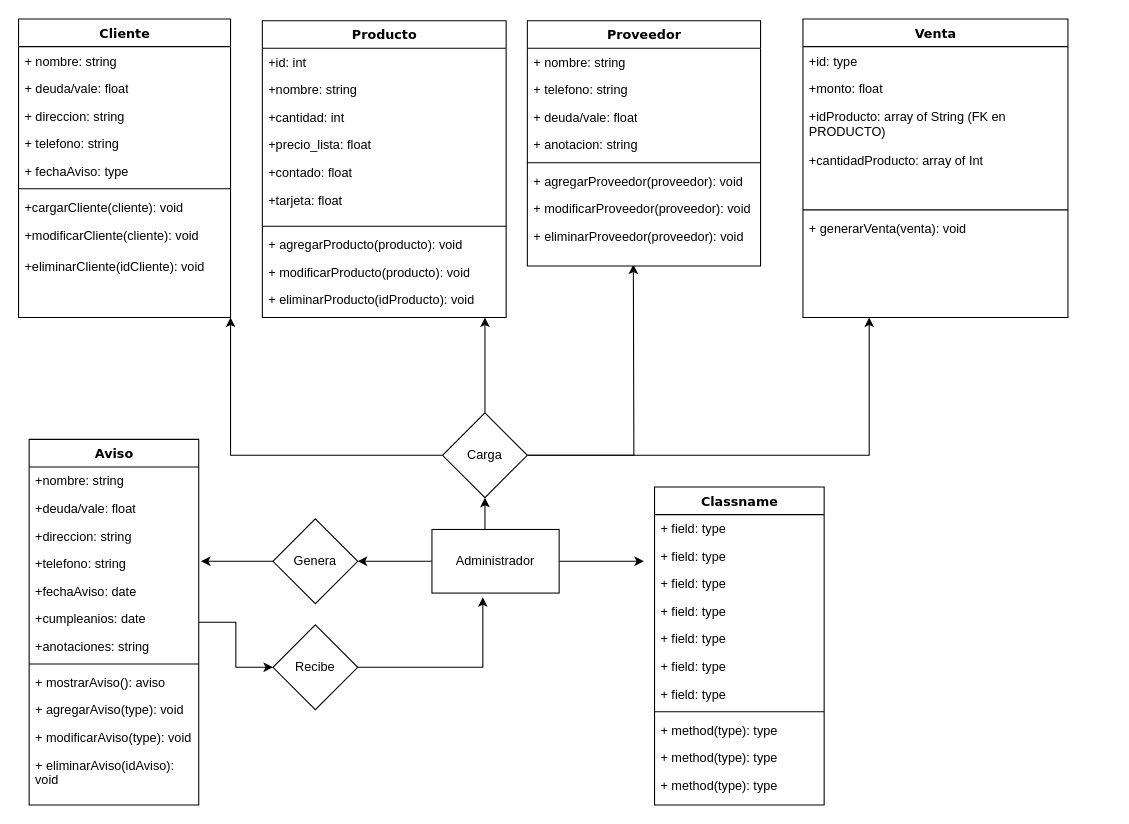
This is public/Untitled Diagram.drawio from LucasAleDeveloper/Personal-Finance-Project, a draw.io file, before an edit. Source tidied: cells renumbered, new cells numbered last; positions are measured from the earlier drawing's top-left corner, leaving out a move shared by most shapes. Both pictures are drawn from the tidied source at 106%, with x=0, y=0 at pixel (18, 18).
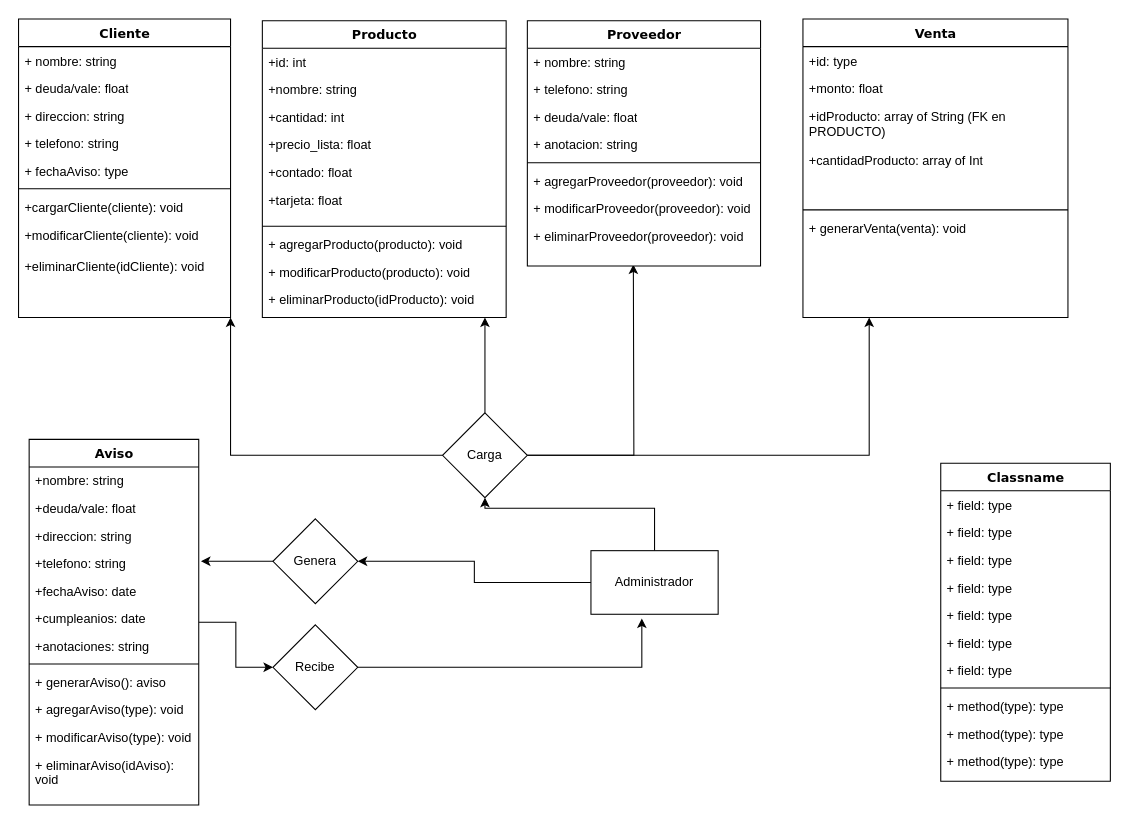
The same diagram, later.

The change refers to these unchanged cells:
```xml
<mxCell id="50" value="Carga" style="rhombus;whiteSpace=wrap;html=1;" parent="1" vertex="1">
  <mxGeometry x="400" y="372" width="80" height="80" as="geometry" />
</mxCell>
<mxCell id="52" value="Aviso" style="swimlane;html=1;fontStyle=1;align=center;verticalAlign=top;horizontal=1;startSize=26;swimlaneFillColor=#ffffff;rounded=0;shadow=0;comic=0;labelBackgroundColor=none;strokeWidth=1;fillColor=none;fontFamily=Verdana;fontSize=12;" parent="1" vertex="1">
  <mxGeometry x="10" y="397" width="160" height="345" as="geometry" />
</mxCell>
<mxCell id="75" value="Genera" style="rhombus;whiteSpace=wrap;html=1;" parent="1" vertex="1">
  <mxGeometry x="240" y="472" width="80" height="80" as="geometry" />
</mxCell>
```

Change to the diagram source:
```diff
@@
     <mxCell id="30" value="Classname" style="swimlane;html=1;fontStyle=1;align=center;verticalAlign=top;horizontal=1;startSize=26;swimlaneFillColor=#ffffff;rounded=0;shadow=0;comic=0;labelBackgroundColor=none;strokeWidth=1;fillColor=none;fontFamily=Verdana;fontSize=12;" parent="1" vertex="1">
-      <mxGeometry x="600" y="442" width="160" height="300" as="geometry" />
+      <mxGeometry x="870" y="419.5" width="160" height="300" as="geometry" />
     </mxCell>
@@
     <mxCell id="42" style="edgeStyle=orthogonalEdgeStyle;rounded=0;jettySize=auto;html=1;" parent="1" edge="1" source="45" target="50">
       <mxGeometry relative="1" as="geometry">
         <Array as="points">
-          <mxPoint x="440" y="462" />
+          <mxPoint x="600" y="462" />
           <mxPoint x="440" y="462" />
         </Array>
       </mxGeometry>
     </mxCell>
-    <mxCell id="43" style="edgeStyle=orthogonalEdgeStyle;rounded=0;jettySize=auto;html=1;" parent="1" edge="1" source="45" target="75">
+    <mxCell id="43" style="edgeStyle=orthogonalEdgeStyle;rounded=0;jettySize=auto;html=1;entryX=1;entryY=0.5;entryDx=0;entryDy=0;" parent="1" edge="1" source="45" target="75">
       <mxGeometry relative="1" as="geometry" />
     </mxCell>
-    <mxCell id="44" style="edgeStyle=orthogonalEdgeStyle;rounded=0;jettySize=auto;html=1;" parent="1" edge="1" source="45">
-      <mxGeometry relative="1" as="geometry">
-        <mxPoint x="590" y="512" as="targetPoint" />
-      </mxGeometry>
-    </mxCell>
     <mxCell id="45" value="Administrador" style="rounded=0;whiteSpace=wrap;html=1;" parent="1" vertex="1">
-      <mxGeometry x="390" y="482" width="120" height="60" as="geometry" />
+      <mxGeometry x="540" y="502" width="120" height="60" as="geometry" />
     </mxCell>
@@
-    <mxCell id="61" value="+ mostrarAviso(): aviso" style="text;html=1;strokeColor=none;fillColor=none;align=left;verticalAlign=top;spacingLeft=4;spacingRight=4;whiteSpace=wrap;overflow=hidden;" parent="52" vertex="1">
+    <mxCell id="61" value="+ generarAviso(): aviso" style="text;html=1;strokeColor=none;fillColor=none;align=left;verticalAlign=top;spacingLeft=4;spacingRight=4;whiteSpace=wrap;overflow=hidden;" parent="52" vertex="1">
       <mxGeometry y="216" width="160" height="26" as="geometry" />
     </mxCell>
```
